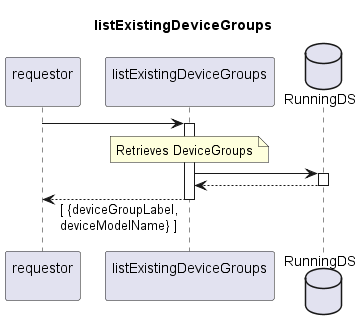
openBackhaul/FirmWareManager keeps this PlantUML diagram as spec/Services/listExistingDeviceGroups/1.0.0/listExistingDeviceGroups.png. Above is the earlier version.
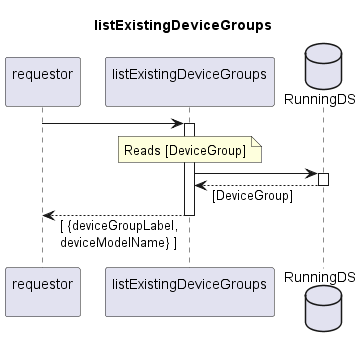
The same diagram one commit later.

The edit, as a diff of the source:
```diff
@@ -13,11 +13,11 @@
 activate indServ
 
   note over indServ
-    Retrieves DeviceGroups
+    Reads [DeviceGroup]
   end note
   indServ -> RunDS
   activate RunDS
-  indServ <-- RunDS
+  indServ <-- RunDS: [DeviceGroup]
   deactivate RunDS
 
 requestor <-- indServ: [ {deviceGroupLabel,\ndeviceModelName} ]
```
